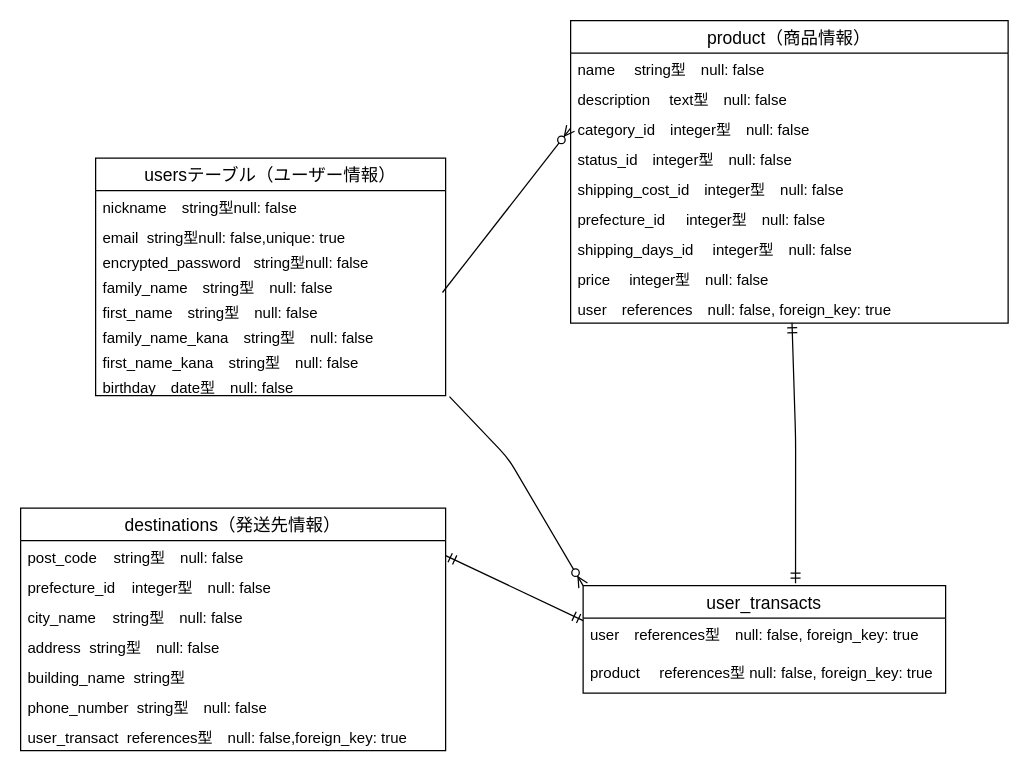
koukikubo/furima-39090 keeps this draw.io diagram as furima.dio. Above is the earlier version. Source tidied: cells renumbered, new cells numbered last; positions are measured from the earlier drawing's top-left corner, leaving out a move shared by most shapes. Both pictures are drawn from the tidied source at 125%, with x=0, y=0 at pixel (20, 20).
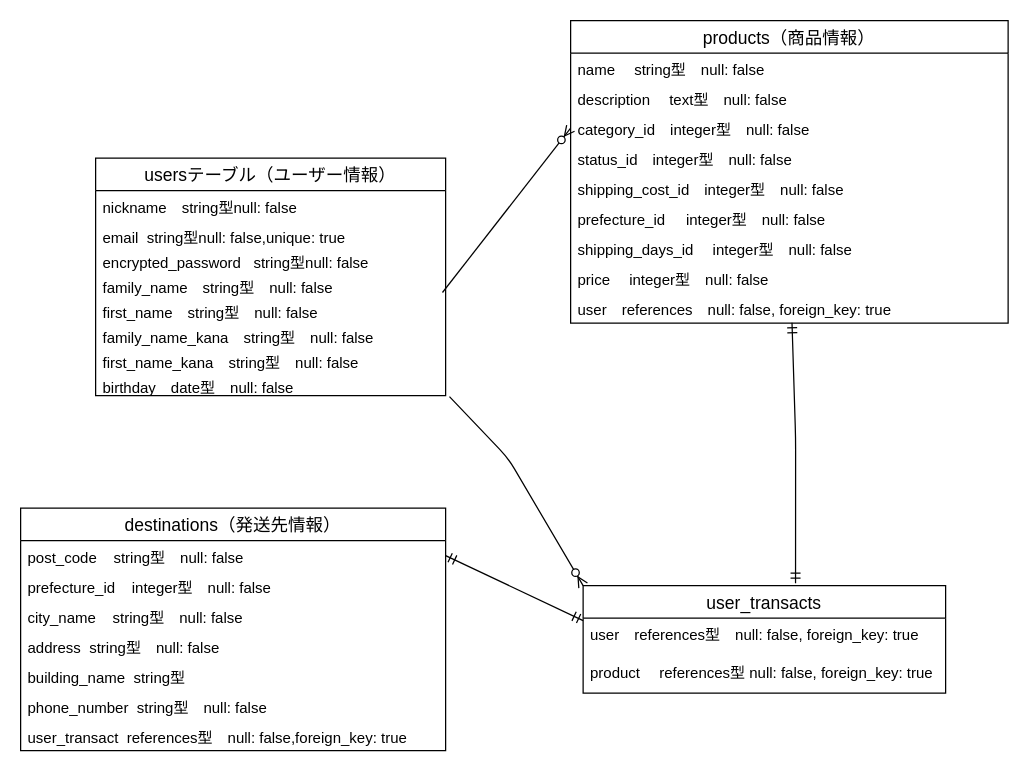
After the change.

Commit message (it also covers changes not shown here):
コードの修正

Diff of the diagram source:
```diff
@@
-    <mxCell id="19" value="product（商品情報）" style="swimlane;fontStyle=0;horizontal=1;startSize=26;align=center;fontSize=14;" parent="1" vertex="1">
+    <mxCell id="19" value="products（商品情報）" style="swimlane;fontStyle=0;horizontal=1;startSize=26;align=center;fontSize=14;" parent="1" vertex="1">
       <mxGeometry x="440" width="350" height="242" as="geometry" />
     </mxCell>
```
